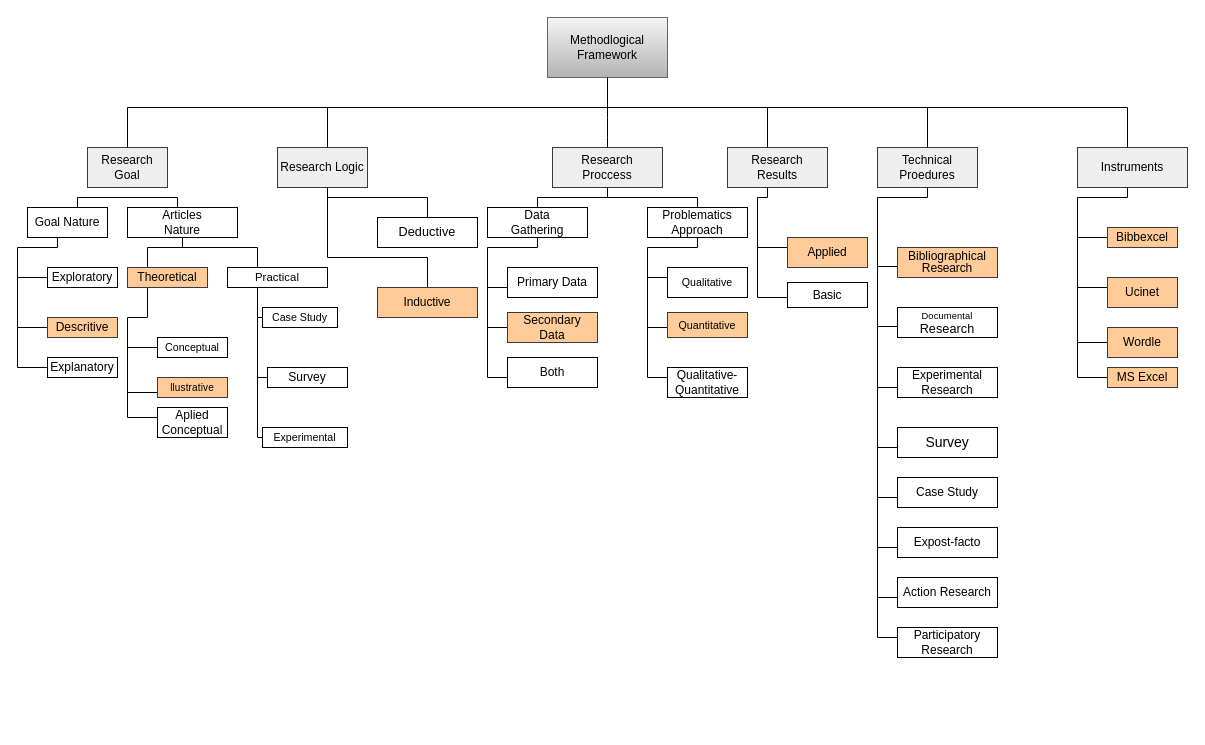
This is Ari.drawio from zhang144999/repository, a draw.io file, before an edit. Source tidied: cells renumbered, new cells numbered last; positions are measured from the earlier drawing's top-left corner, leaving out a move shared by most shapes. Both pictures are drawn from the tidied source at 100%, with x=0, y=0 at pixel (17, 17).
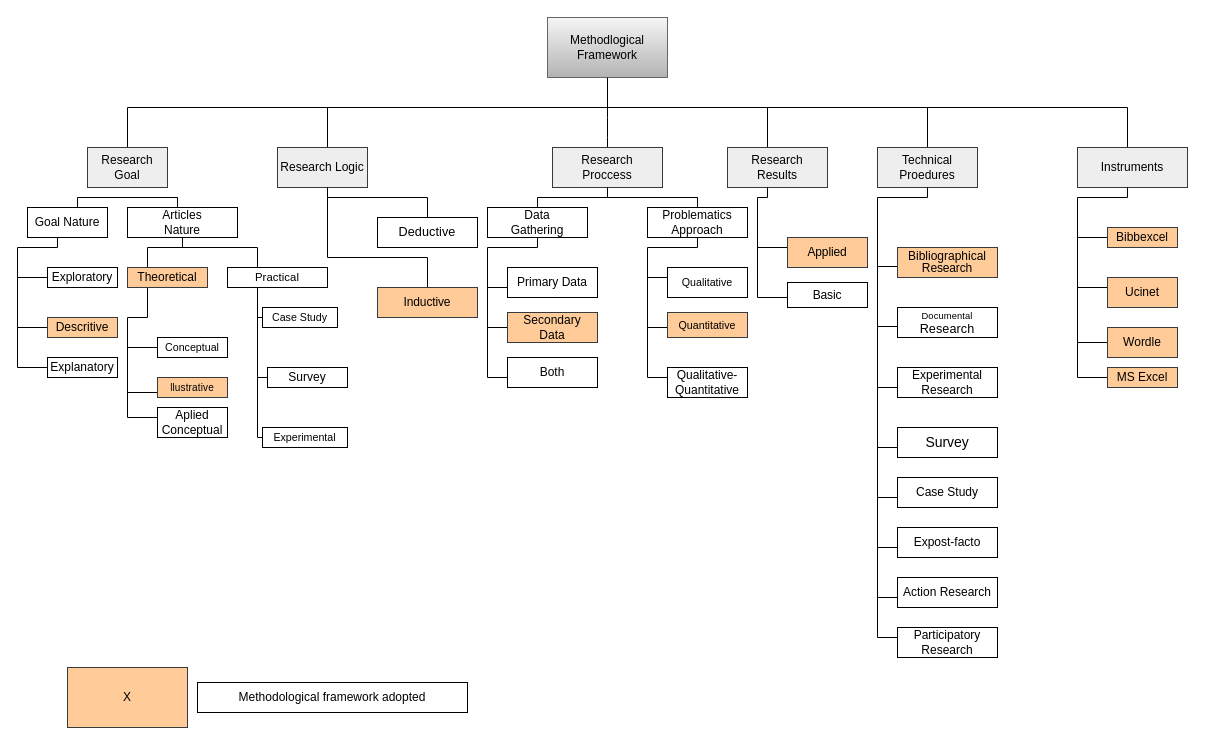
Above is the later version.

Diff of the diagram source:
```diff
@@
+    <mxCell id="122" value="X" style="rounded=0;whiteSpace=wrap;html=1;align=center;fillColor=#ffcc99;strokeColor=#36393d;" parent="1" vertex="1">
+      <mxGeometry x="50" y="650" width="120" height="60" as="geometry" />
+    </mxCell>
+    <mxCell id="123" value="Methodological framework adopted" style="rounded=0;whiteSpace=wrap;html=1;align=center;" parent="1" vertex="1">
+      <mxGeometry x="180" y="665" width="270" height="30" as="geometry" />
+    </mxCell>
```
